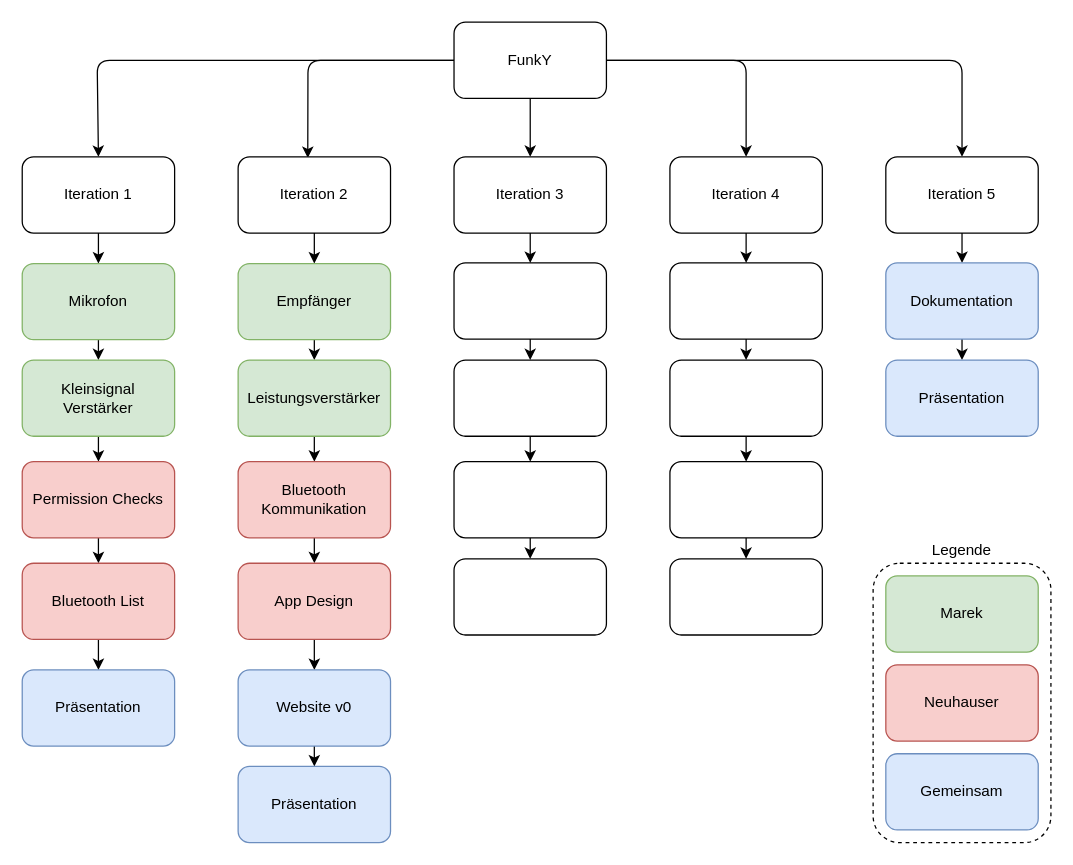
This is doc/projectstructureplan.drawio from Marek128b/HAM-Radio-transceiver-DA, a draw.io file, before an edit. Source tidied: cells renumbered, new cells numbered last; positions are measured from the earlier drawing's top-left corner, leaving out a move shared by most shapes. Both pictures are drawn from the tidied source at 127%, with x=0, y=0 at pixel (22, 22).
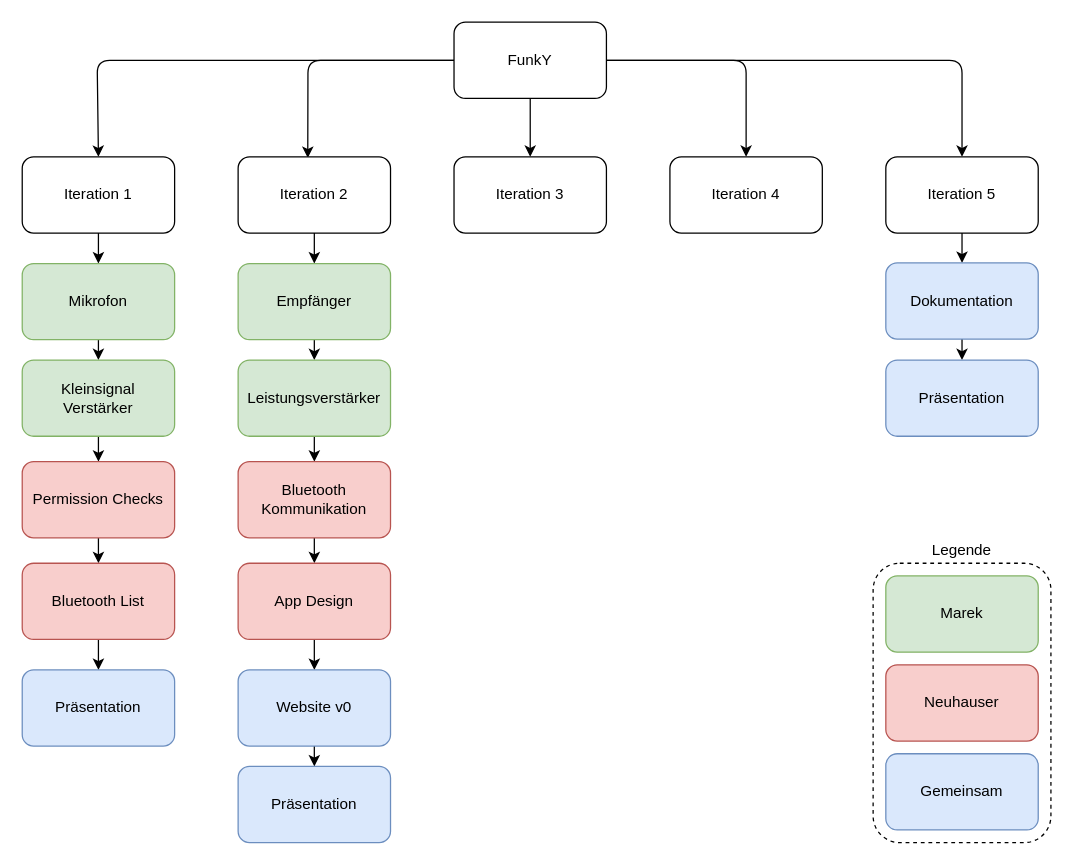
After the change.

The change refers to these unchanged cells:
```xml
<mxCell id="13" value="Iteration 3" style="rounded=1;whiteSpace=wrap;html=1;" parent="1" vertex="1">
  <mxGeometry x="340" y="106" width="120" height="60" as="geometry" />
</mxCell>
<mxCell id="17" value="Iteration 4" style="rounded=1;whiteSpace=wrap;html=1;" parent="1" vertex="1">
  <mxGeometry x="510" y="106" width="120" height="60" as="geometry" />
</mxCell>
```

Diff of the diagram source:
```diff
@@
-    <mxCell id="12" style="edgeStyle=none;html=1;fontSize=12;fontColor=default;" parent="1" edge="1" source="13" target="46">
-      <mxGeometry relative="1" as="geometry" />
-    </mxCell>
@@
-    <mxCell id="16" style="edgeStyle=none;html=1;fontSize=12;fontColor=default;" parent="1" edge="1" source="17" target="48">
-      <mxGeometry relative="1" as="geometry" />
-    </mxCell>
@@
-    <mxCell id="45" style="edgeStyle=none;html=1;fontSize=12;fontColor=default;" parent="1" edge="1" source="46" target="50">
-      <mxGeometry relative="1" as="geometry" />
-    </mxCell>
-    <mxCell id="46" style="rounded=1;whiteSpace=wrap;html=1;" parent="1" vertex="1">
-      <mxGeometry x="340" y="189.5" width="120" height="60" as="geometry" />
-    </mxCell>
-    <mxCell id="47" style="edgeStyle=none;html=1;fontSize=12;fontColor=default;" parent="1" edge="1" source="48" target="52">
-      <mxGeometry relative="1" as="geometry" />
-    </mxCell>
-    <mxCell id="48" style="rounded=1;whiteSpace=wrap;html=1;" parent="1" vertex="1">
-      <mxGeometry x="510" y="189.5" width="120" height="60" as="geometry" />
-    </mxCell>
-    <mxCell id="49" style="edgeStyle=none;html=1;fontSize=12;fontColor=default;entryX=0.5;entryY=0;entryDx=0;entryDy=0;" parent="1" edge="1" source="50" target="54">
-      <mxGeometry relative="1" as="geometry" />
-    </mxCell>
-    <mxCell id="50" style="rounded=1;whiteSpace=wrap;html=1;" parent="1" vertex="1">
-      <mxGeometry x="340" y="266" width="120" height="60" as="geometry" />
-    </mxCell>
-    <mxCell id="51" style="edgeStyle=none;html=1;fontSize=12;fontColor=default;entryX=0.5;entryY=0;entryDx=0;entryDy=0;exitX=0.5;exitY=1;exitDx=0;exitDy=0;" parent="1" edge="1" source="52" target="56">
-      <mxGeometry relative="1" as="geometry" />
-    </mxCell>
-    <mxCell id="52" style="rounded=1;whiteSpace=wrap;html=1;" parent="1" vertex="1">
-      <mxGeometry x="510" y="266" width="120" height="60" as="geometry" />
-    </mxCell>
-    <mxCell id="53" style="edgeStyle=none;html=1;fontSize=12;fontColor=default;" parent="1" edge="1" source="54" target="57">
-      <mxGeometry relative="1" as="geometry" />
-    </mxCell>
-    <mxCell id="54" style="rounded=1;whiteSpace=wrap;html=1;" parent="1" vertex="1">
-      <mxGeometry x="340" y="346" width="120" height="60" as="geometry" />
-    </mxCell>
-    <mxCell id="55" style="edgeStyle=none;html=1;fontSize=12;fontColor=default;" parent="1" edge="1" source="56" target="58">
-      <mxGeometry relative="1" as="geometry" />
-    </mxCell>
-    <mxCell id="56" style="rounded=1;whiteSpace=wrap;html=1;" parent="1" vertex="1">
-      <mxGeometry x="510" y="346" width="120" height="60" as="geometry" />
-    </mxCell>
-    <mxCell id="57" style="rounded=1;whiteSpace=wrap;html=1;" parent="1" vertex="1">
-      <mxGeometry x="340" y="422.5" width="120" height="60" as="geometry" />
-    </mxCell>
-    <mxCell id="58" style="rounded=1;whiteSpace=wrap;html=1;" parent="1" vertex="1">
-      <mxGeometry x="510" y="422.5" width="120" height="60" as="geometry" />
-    </mxCell>
```
